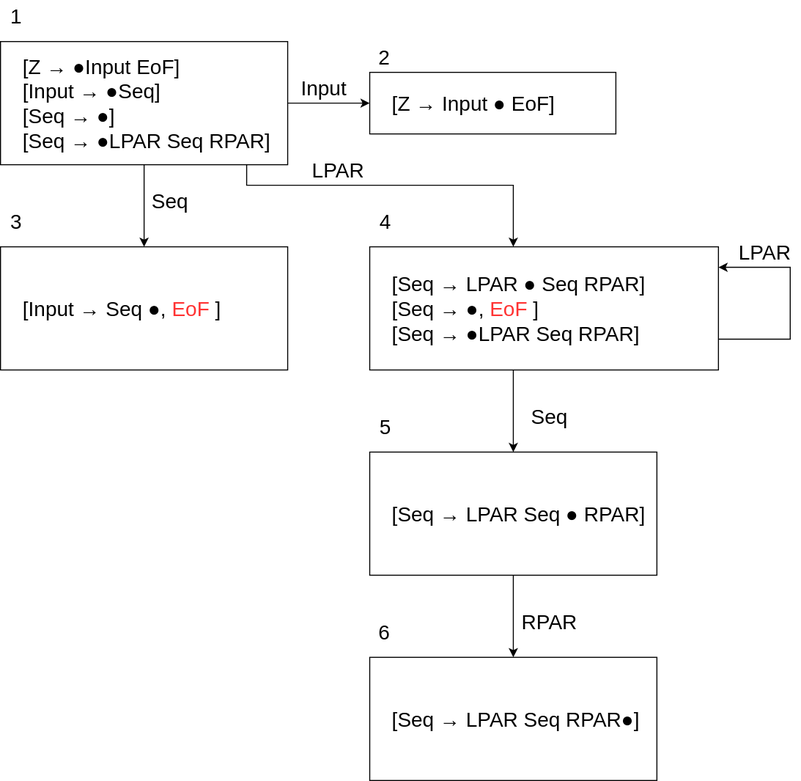
mamemilk/acrc keeps this draw.io diagram as コンパイラ入門_山下/chapt7,8/slr_automaton_5.drawio.svg. Above is the earlier version. Source tidied: cells renumbered, new cells last; positions are measured from the earlier drawing's top-left corner, leaving out a move shared by most shapes. The source it was exported from:
```xml
<mxGraphModel>
  <root>
    <mxCell id="0" />
    <mxCell id="1" parent="0" />
    <mxCell id="2" style="edgeStyle=orthogonalEdgeStyle;rounded=0;jettySize=auto;html=1;fontSize=20;" parent="1" edge="1" source="5" target="7">
      <mxGeometry relative="1" as="geometry" />
    </mxCell>
    <mxCell id="3" style="edgeStyle=orthogonalEdgeStyle;rounded=0;jettySize=auto;html=1;fontSize=20;" parent="1" edge="1" target="10">
      <mxGeometry relative="1" as="geometry">
        <mxPoint x="280" y="100" as="sourcePoint" />
      </mxGeometry>
    </mxCell>
    <mxCell id="4" style="edgeStyle=orthogonalEdgeStyle;rounded=0;jettySize=auto;html=1;" parent="1" edge="1" source="5" target="14">
      <mxGeometry relative="1" as="geometry">
        <Array as="points">
          <mxPoint x="240" y="180" />
          <mxPoint x="500" y="180" />
        </Array>
      </mxGeometry>
    </mxCell>
    <mxCell id="5" value="[Z → ●Input EoF]&lt;br&gt;[Input → ●Seq]&lt;br&gt;[Seq → ●]&lt;br&gt;[Seq → ●LPAR Seq RPAR]" style="rounded=0;whiteSpace=wrap;html=1;fontSize=20;align=left;spacingLeft=20;" parent="1" vertex="1">
      <mxGeometry y="40" width="280" height="120" as="geometry" />
    </mxCell>
    <mxCell id="6" value="1" style="text;html=1;align=center;verticalAlign=middle;fontSize=20;" parent="1" vertex="1">
      <mxGeometry width="30" height="30" as="geometry" />
    </mxCell>
    <mxCell id="7" value="&lt;span&gt;[Input → Seq&lt;/span&gt;●, &lt;font color=&quot;#ff3333&quot;&gt;EoF&lt;/font&gt;&lt;span&gt;]&lt;/span&gt;" style="rounded=0;whiteSpace=wrap;html=1;fontSize=20;align=left;spacingLeft=20;" parent="1" vertex="1">
      <mxGeometry y="240" width="280" height="120" as="geometry" />
    </mxCell>
    <mxCell id="8" value="3" style="text;html=1;align=center;verticalAlign=middle;fontSize=20;" parent="1" vertex="1">
      <mxGeometry y="200" width="30" height="30" as="geometry" />
    </mxCell>
    <mxCell id="9" value="Seq" style="text;html=1;align=center;verticalAlign=middle;fontSize=20;" parent="1" vertex="1">
      <mxGeometry x="140" y="180" width="50" height="30" as="geometry" />
    </mxCell>
    <mxCell id="10" value="[Z → Input ● EoF]" style="rounded=0;whiteSpace=wrap;html=1;fontSize=20;align=left;spacingLeft=20;" parent="1" vertex="1">
      <mxGeometry x="360" y="70" width="240" height="60" as="geometry" />
    </mxCell>
    <mxCell id="11" value="2" style="text;html=1;align=center;verticalAlign=middle;fontSize=20;" parent="1" vertex="1">
      <mxGeometry x="359" y="40" width="30" height="30" as="geometry" />
    </mxCell>
    <mxCell id="12" value="Input" style="text;html=1;align=center;verticalAlign=middle;fontSize=20;" parent="1" vertex="1">
      <mxGeometry x="285" y="70" width="60" height="30" as="geometry" />
    </mxCell>
    <mxCell id="13" style="edgeStyle=orthogonalEdgeStyle;rounded=0;jettySize=auto;html=1;" parent="1" edge="1" source="14" target="20">
      <mxGeometry relative="1" as="geometry">
        <Array as="points">
          <mxPoint x="500" y="380" />
          <mxPoint x="500" y="380" />
        </Array>
      </mxGeometry>
    </mxCell>
    <mxCell id="14" value="[Seq → LPAR ●&amp;nbsp;Seq RPAR]&lt;br&gt;[Seq → ●, &lt;font color=&quot;#ff3333&quot;&gt;EoF&lt;/font&gt;]&lt;br&gt;[Seq → ●LPAR Seq RPAR]" style="rounded=0;whiteSpace=wrap;html=1;fontSize=20;align=left;spacingLeft=20;" parent="1" vertex="1">
      <mxGeometry x="360" y="240" width="340" height="120" as="geometry" />
    </mxCell>
    <mxCell id="15" value="4" style="text;html=1;align=center;verticalAlign=middle;fontSize=20;" parent="1" vertex="1">
      <mxGeometry x="360" y="200" width="30" height="30" as="geometry" />
    </mxCell>
    <mxCell id="16" value="LPAR" style="text;html=1;align=center;verticalAlign=middle;fontSize=20;" parent="1" vertex="1">
      <mxGeometry x="294" y="150" width="70" height="30" as="geometry" />
    </mxCell>
    <mxCell id="17" style="edgeStyle=orthogonalEdgeStyle;rounded=0;orthogonalLoop=1;jettySize=auto;html=1;" parent="1" edge="1">
      <mxGeometry relative="1" as="geometry">
        <mxPoint x="700" y="330" as="sourcePoint" />
        <mxPoint x="700" y="260" as="targetPoint" />
        <Array as="points">
          <mxPoint x="770" y="330" />
          <mxPoint x="770" y="260" />
          <mxPoint x="700" y="260" />
        </Array>
      </mxGeometry>
    </mxCell>
    <mxCell id="18" value="LPAR" style="text;html=1;align=center;verticalAlign=middle;fontSize=20;" parent="1" vertex="1">
      <mxGeometry x="710" y="230" width="70" height="30" as="geometry" />
    </mxCell>
    <mxCell id="19" style="edgeStyle=orthogonalEdgeStyle;rounded=0;jettySize=auto;html=1;" parent="1" edge="1" source="20" target="23">
      <mxGeometry relative="1" as="geometry" />
    </mxCell>
    <mxCell id="20" value="[Seq → LPAR Seq ●&amp;nbsp;RPAR]" style="rounded=0;whiteSpace=wrap;html=1;fontSize=20;align=left;spacingLeft=20;" parent="1" vertex="1">
      <mxGeometry x="360" y="440" width="280" height="120" as="geometry" />
    </mxCell>
    <mxCell id="21" value="5" style="text;html=1;align=center;verticalAlign=middle;fontSize=20;" parent="1" vertex="1">
      <mxGeometry x="360" y="400" width="30" height="30" as="geometry" />
    </mxCell>
    <mxCell id="22" value="Seq" style="text;html=1;align=center;verticalAlign=middle;fontSize=20;" parent="1" vertex="1">
      <mxGeometry x="510" y="390" width="50" height="30" as="geometry" />
    </mxCell>
    <mxCell id="23" value="[Seq → LPAR Seq RPAR●]" style="rounded=0;whiteSpace=wrap;html=1;fontSize=20;align=left;spacingLeft=20;" parent="1" vertex="1">
      <mxGeometry x="360" y="640" width="280" height="120" as="geometry" />
    </mxCell>
    <mxCell id="24" value="6" style="text;html=1;align=center;verticalAlign=middle;fontSize=20;" parent="1" vertex="1">
      <mxGeometry x="359" y="600" width="30" height="30" as="geometry" />
    </mxCell>
    <mxCell id="25" value="RPAR" style="text;html=1;align=center;verticalAlign=middle;fontSize=20;" parent="1" vertex="1">
      <mxGeometry x="500" y="590" width="70" height="30" as="geometry" />
    </mxCell>
  </root>
</mxGraphModel>
```
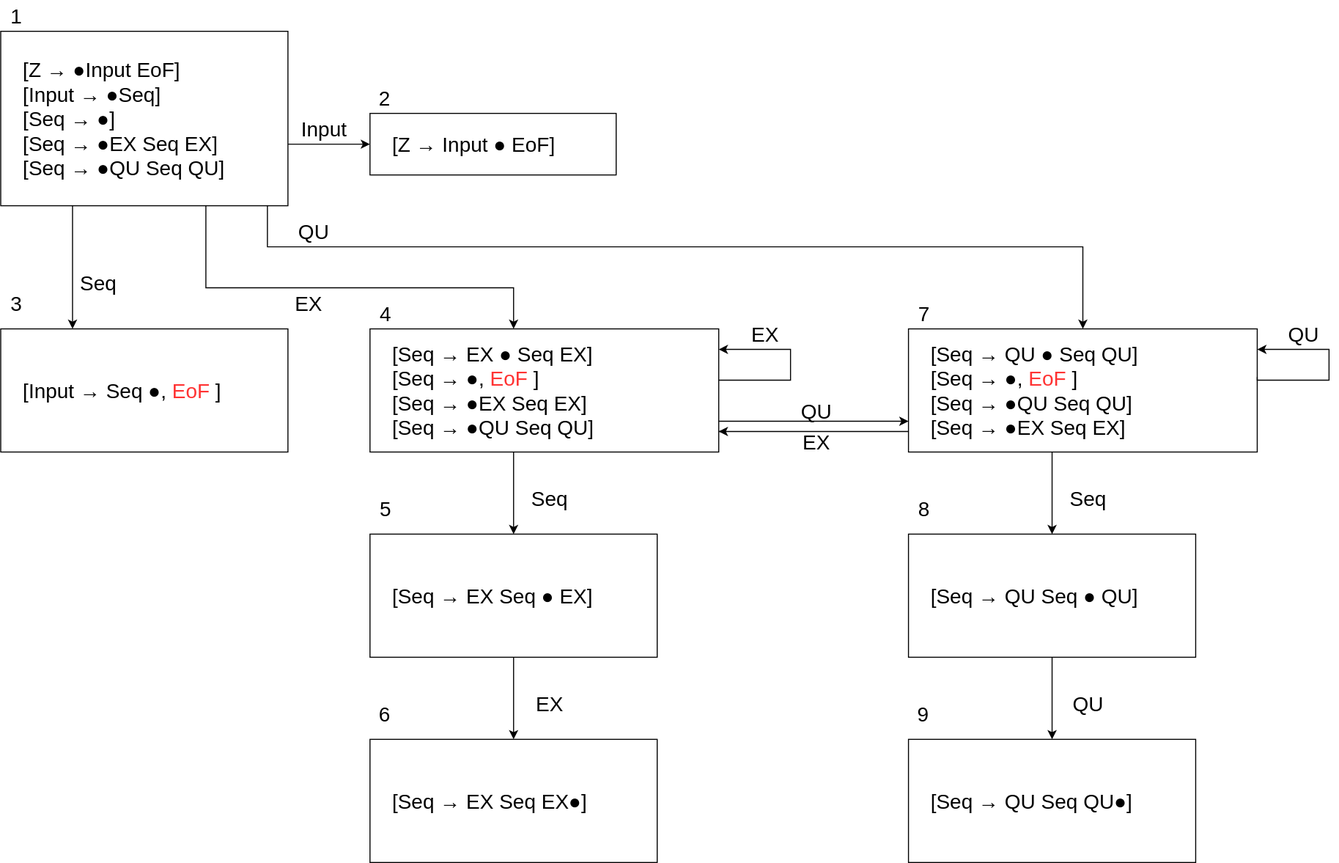
Later version of the same file.

Diff of the diagram source:
```diff
@@ -2,27 +2,27 @@
   <root>
     <mxCell id="0" />
     <mxCell id="1" parent="0" />
-    <mxCell id="2" style="edgeStyle=orthogonalEdgeStyle;rounded=0;jettySize=auto;html=1;fontSize=20;" parent="1" edge="1" source="5" target="7">
+    <mxCell id="2" style="edgeStyle=orthogonalEdgeStyle;rounded=0;jettySize=auto;html=1;fontSize=20;exitX=0.25;exitY=1;exitDx=0;exitDy=0;entryX=0.25;entryY=0;entryDx=0;entryDy=0;" parent="1" edge="1" source="5" target="7">
       <mxGeometry relative="1" as="geometry" />
     </mxCell>
     <mxCell id="3" style="edgeStyle=orthogonalEdgeStyle;rounded=0;jettySize=auto;html=1;fontSize=20;" parent="1" edge="1" target="10">
       <mxGeometry relative="1" as="geometry">
-        <mxPoint x="280" y="100" as="sourcePoint" />
+        <mxPoint x="280" y="60" as="sourcePoint" />
       </mxGeometry>
     </mxCell>
     <mxCell id="4" style="edgeStyle=orthogonalEdgeStyle;rounded=0;jettySize=auto;html=1;" parent="1" edge="1" source="5" target="14">
       <mxGeometry relative="1" as="geometry">
         <Array as="points">
-          <mxPoint x="240" y="180" />
-          <mxPoint x="500" y="180" />
+          <mxPoint x="200" y="200" />
+          <mxPoint x="500" y="200" />
         </Array>
       </mxGeometry>
     </mxCell>
-    <mxCell id="5" value="[Z → ●Input EoF]&lt;br&gt;[Input → ●Seq]&lt;br&gt;[Seq → ●]&lt;br&gt;[Seq → ●LPAR Seq RPAR]" style="rounded=0;whiteSpace=wrap;html=1;fontSize=20;align=left;spacingLeft=20;" parent="1" vertex="1">
-      <mxGeometry y="40" width="280" height="120" as="geometry" />
+    <mxCell id="5" value="[Z → ●Input EoF]&lt;br&gt;[Input → ●Seq]&lt;br&gt;[Seq → ●]&lt;br&gt;[Seq → ●EX Seq EX]&lt;br&gt;[Seq&amp;nbsp;→&amp;nbsp;●QU Seq QU]" style="rounded=0;whiteSpace=wrap;html=1;fontSize=20;align=left;spacingLeft=20;" parent="1" vertex="1">
+      <mxGeometry y="-50" width="280" height="170" as="geometry" />
     </mxCell>
     <mxCell id="6" value="1" style="text;html=1;align=center;verticalAlign=middle;fontSize=20;" parent="1" vertex="1">
-      <mxGeometry width="30" height="30" as="geometry" />
+      <mxGeometry y="-80" width="30" height="30" as="geometry" />
     </mxCell>
     <mxCell id="7" value="&lt;span&gt;[Input → Seq&lt;/span&gt;●, &lt;font color=&quot;#ff3333&quot;&gt;EoF&lt;/font&gt;&lt;span&gt;]&lt;/span&gt;" style="rounded=0;whiteSpace=wrap;html=1;fontSize=20;align=left;spacingLeft=20;" parent="1" vertex="1">
       <mxGeometry y="240" width="280" height="120" as="geometry" />
@@ -31,16 +31,16 @@
       <mxGeometry y="200" width="30" height="30" as="geometry" />
     </mxCell>
     <mxCell id="9" value="Seq" style="text;html=1;align=center;verticalAlign=middle;fontSize=20;" parent="1" vertex="1">
-      <mxGeometry x="140" y="180" width="50" height="30" as="geometry" />
+      <mxGeometry x="70" y="180" width="50" height="30" as="geometry" />
     </mxCell>
     <mxCell id="10" value="[Z → Input ● EoF]" style="rounded=0;whiteSpace=wrap;html=1;fontSize=20;align=left;spacingLeft=20;" parent="1" vertex="1">
-      <mxGeometry x="360" y="70" width="240" height="60" as="geometry" />
+      <mxGeometry x="360" y="30" width="240" height="60" as="geometry" />
     </mxCell>
     <mxCell id="11" value="2" style="text;html=1;align=center;verticalAlign=middle;fontSize=20;" parent="1" vertex="1">
-      <mxGeometry x="359" y="40" width="30" height="30" as="geometry" />
+      <mxGeometry x="359" width="30" height="30" as="geometry" />
     </mxCell>
     <mxCell id="12" value="Input" style="text;html=1;align=center;verticalAlign=middle;fontSize=20;" parent="1" vertex="1">
-      <mxGeometry x="285" y="70" width="60" height="30" as="geometry" />
+      <mxGeometry x="285" y="30" width="60" height="30" as="geometry" />
     </mxCell>
     <mxCell id="13" style="edgeStyle=orthogonalEdgeStyle;rounded=0;jettySize=auto;html=1;" parent="1" edge="1" source="14" target="20">
       <mxGeometry relative="1" as="geometry">
@@ -50,33 +50,41 @@
         </Array>
       </mxGeometry>
     </mxCell>
+    <mxCell id="26" style="edgeStyle=orthogonalEdgeStyle;rounded=0;jettySize=auto;html=1;entryX=0;entryY=0.75;entryDx=0;entryDy=0;" parent="1" edge="1" source="14" target="30">
+      <mxGeometry relative="1" as="geometry">
+        <Array as="points">
+          <mxPoint x="790" y="330" />
+          <mxPoint x="790" y="330" />
+        </Array>
+      </mxGeometry>
+    </mxCell>
-    <mxCell id="14" value="[Seq → LPAR ●&amp;nbsp;Seq RPAR]&lt;br&gt;[Seq → ●, &lt;font color=&quot;#ff3333&quot;&gt;EoF&lt;/font&gt;]&lt;br&gt;[Seq → ●LPAR Seq RPAR]" style="rounded=0;whiteSpace=wrap;html=1;fontSize=20;align=left;spacingLeft=20;" parent="1" vertex="1">
+    <mxCell id="14" value="[Seq → EX ●&amp;nbsp;Seq EX]&lt;br&gt;[Seq → ●, &lt;font color=&quot;#ff3333&quot;&gt;EoF&lt;/font&gt;]&lt;br&gt;[Seq → ●EX Seq EX]&lt;br&gt;[Seq → ●QU Seq QU]" style="rounded=0;whiteSpace=wrap;html=1;fontSize=20;align=left;spacingLeft=20;" parent="1" vertex="1">
       <mxGeometry x="360" y="240" width="340" height="120" as="geometry" />
     </mxCell>
     <mxCell id="15" value="4" style="text;html=1;align=center;verticalAlign=middle;fontSize=20;" parent="1" vertex="1">
-      <mxGeometry x="360" y="200" width="30" height="30" as="geometry" />
+      <mxGeometry x="360" y="210" width="30" height="30" as="geometry" />
     </mxCell>
-    <mxCell id="16" value="LPAR" style="text;html=1;align=center;verticalAlign=middle;fontSize=20;" parent="1" vertex="1">
-      <mxGeometry x="294" y="150" width="70" height="30" as="geometry" />
+    <mxCell id="16" value="EX" style="text;html=1;align=center;verticalAlign=middle;fontSize=20;" parent="1" vertex="1">
+      <mxGeometry x="280" y="200" width="40" height="30" as="geometry" />
     </mxCell>
     <mxCell id="17" style="edgeStyle=orthogonalEdgeStyle;rounded=0;orthogonalLoop=1;jettySize=auto;html=1;" parent="1" edge="1">
       <mxGeometry relative="1" as="geometry">
-        <mxPoint x="700" y="330" as="sourcePoint" />
+        <mxPoint x="700" y="290" as="sourcePoint" />
         <mxPoint x="700" y="260" as="targetPoint" />
         <Array as="points">
-          <mxPoint x="770" y="330" />
+          <mxPoint x="700" y="290" />
+          <mxPoint x="770" y="290" />
           <mxPoint x="770" y="260" />
-          <mxPoint x="700" y="260" />
         </Array>
       </mxGeometry>
     </mxCell>
-    <mxCell id="18" value="LPAR" style="text;html=1;align=center;verticalAlign=middle;fontSize=20;" parent="1" vertex="1">
-      <mxGeometry x="710" y="230" width="70" height="30" as="geometry" />
+    <mxCell id="18" value="EX" style="text;html=1;align=center;verticalAlign=middle;fontSize=20;" parent="1" vertex="1">
+      <mxGeometry x="725" y="230" width="40" height="30" as="geometry" />
     </mxCell>
     <mxCell id="19" style="edgeStyle=orthogonalEdgeStyle;rounded=0;jettySize=auto;html=1;" parent="1" edge="1" source="20" target="23">
       <mxGeometry relative="1" as="geometry" />
     </mxCell>
-    <mxCell id="20" value="[Seq → LPAR Seq ●&amp;nbsp;RPAR]" style="rounded=0;whiteSpace=wrap;html=1;fontSize=20;align=left;spacingLeft=20;" parent="1" vertex="1">
+    <mxCell id="20" value="[Seq → EX Seq ● EX]" style="rounded=0;whiteSpace=wrap;html=1;fontSize=20;align=left;spacingLeft=20;" parent="1" vertex="1">
       <mxGeometry x="360" y="440" width="280" height="120" as="geometry" />
     </mxCell>
     <mxCell id="21" value="5" style="text;html=1;align=center;verticalAlign=middle;fontSize=20;" parent="1" vertex="1">
@@ -85,14 +93,91 @@
     <mxCell id="22" value="Seq" style="text;html=1;align=center;verticalAlign=middle;fontSize=20;" parent="1" vertex="1">
       <mxGeometry x="510" y="390" width="50" height="30" as="geometry" />
     </mxCell>
-    <mxCell id="23" value="[Seq → LPAR Seq RPAR●]" style="rounded=0;whiteSpace=wrap;html=1;fontSize=20;align=left;spacingLeft=20;" parent="1" vertex="1">
+    <mxCell id="23" value="[Seq → EX Seq EX●]" style="rounded=0;whiteSpace=wrap;html=1;fontSize=20;align=left;spacingLeft=20;" parent="1" vertex="1">
       <mxGeometry x="360" y="640" width="280" height="120" as="geometry" />
     </mxCell>
     <mxCell id="24" value="6" style="text;html=1;align=center;verticalAlign=middle;fontSize=20;" parent="1" vertex="1">
       <mxGeometry x="359" y="600" width="30" height="30" as="geometry" />
     </mxCell>
-    <mxCell id="25" value="RPAR" style="text;html=1;align=center;verticalAlign=middle;fontSize=20;" parent="1" vertex="1">
-      <mxGeometry x="500" y="590" width="70" height="30" as="geometry" />
+    <mxCell id="25" value="EX" style="text;html=1;align=center;verticalAlign=middle;fontSize=20;" parent="1" vertex="1">
+      <mxGeometry x="515" y="590" width="40" height="30" as="geometry" />
     </mxCell>
+    <mxCell id="27" style="edgeStyle=orthogonalEdgeStyle;rounded=0;jettySize=auto;html=1;" parent="1" edge="1" target="30">
+      <mxGeometry relative="1" as="geometry">
+        <mxPoint x="260" y="130" as="sourcePoint" />
+        <Array as="points">
+          <mxPoint x="260" y="120" />
+          <mxPoint x="260" y="160" />
+          <mxPoint x="1025" y="160" />
+        </Array>
+      </mxGeometry>
+    </mxCell>
+    <mxCell id="28" style="edgeStyle=orthogonalEdgeStyle;rounded=0;jettySize=auto;html=1;" parent="1" edge="1" source="30" target="36">
+      <mxGeometry relative="1" as="geometry">
+        <Array as="points">
+          <mxPoint x="1025" y="380" />
+          <mxPoint x="1025" y="380" />
+        </Array>
+      </mxGeometry>
+    </mxCell>
+    <mxCell id="29" style="edgeStyle=orthogonalEdgeStyle;rounded=0;jettySize=auto;html=1;" parent="1" edge="1" source="30">
+      <mxGeometry relative="1" as="geometry">
+        <mxPoint x="700" y="340" as="targetPoint" />
+        <Array as="points">
+          <mxPoint x="700" y="340" />
+        </Array>
+      </mxGeometry>
+    </mxCell>
+    <mxCell id="30" value="[Seq → QU ●&amp;nbsp;Seq QU]&lt;br&gt;[Seq → ●, &lt;font color=&quot;#ff3333&quot;&gt;EoF&lt;/font&gt;]&lt;br&gt;[Seq → ●QU&amp;nbsp;Seq QU]&lt;br&gt;[Seq → ●EX Seq EX]" style="rounded=0;whiteSpace=wrap;html=1;fontSize=20;align=left;spacingLeft=20;" parent="1" vertex="1">
+      <mxGeometry x="885" y="240" width="340" height="120" as="geometry" />
+    </mxCell>
+    <mxCell id="31" value="7" style="text;html=1;align=center;verticalAlign=middle;fontSize=20;" parent="1" vertex="1">
+      <mxGeometry x="885" y="210" width="30" height="30" as="geometry" />
+    </mxCell>
+    <mxCell id="32" value="QU" style="text;html=1;align=center;verticalAlign=middle;fontSize=20;" parent="1" vertex="1">
+      <mxGeometry x="280" y="130" width="50" height="30" as="geometry" />
+    </mxCell>
+    <mxCell id="33" style="edgeStyle=orthogonalEdgeStyle;rounded=0;orthogonalLoop=1;jettySize=auto;html=1;" parent="1" edge="1">
+      <mxGeometry relative="1" as="geometry">
+        <mxPoint x="1225" y="290" as="sourcePoint" />
+        <mxPoint x="1225" y="260" as="targetPoint" />
+        <Array as="points">
+          <mxPoint x="1225" y="287" />
+          <mxPoint x="1225" y="290" />
+          <mxPoint x="1295" y="290" />
+          <mxPoint x="1295" y="260" />
+        </Array>
+      </mxGeometry>
+    </mxCell>
+    <mxCell id="34" value="&lt;span style=&quot;text-align: left&quot;&gt;QU&lt;/span&gt;" style="text;html=1;align=center;verticalAlign=middle;fontSize=20;" parent="1" vertex="1">
+      <mxGeometry x="1245" y="230" width="50" height="30" as="geometry" />
+    </mxCell>
+    <mxCell id="35" style="edgeStyle=orthogonalEdgeStyle;rounded=0;jettySize=auto;html=1;" parent="1" edge="1" source="36" target="39">
+      <mxGeometry relative="1" as="geometry" />
+    </mxCell>
+    <mxCell id="36" value="[Seq → QU Seq ● QU]" style="rounded=0;whiteSpace=wrap;html=1;fontSize=20;align=left;spacingLeft=20;" parent="1" vertex="1">
+      <mxGeometry x="885" y="440" width="280" height="120" as="geometry" />
+    </mxCell>
+    <mxCell id="37" value="8" style="text;html=1;align=center;verticalAlign=middle;fontSize=20;" parent="1" vertex="1">
+      <mxGeometry x="885" y="400" width="30" height="30" as="geometry" />
+    </mxCell>
+    <mxCell id="38" value="Seq" style="text;html=1;align=center;verticalAlign=middle;fontSize=20;" parent="1" vertex="1">
+      <mxGeometry x="1035" y="390" width="50" height="30" as="geometry" />
+    </mxCell>
+    <mxCell id="39" value="[Seq → QU Seq QU●]" style="rounded=0;whiteSpace=wrap;html=1;fontSize=20;align=left;spacingLeft=20;" parent="1" vertex="1">
+      <mxGeometry x="885" y="640" width="280" height="120" as="geometry" />
+    </mxCell>
+    <mxCell id="40" value="9" style="text;html=1;align=center;verticalAlign=middle;fontSize=20;" parent="1" vertex="1">
+      <mxGeometry x="884" y="600" width="30" height="30" as="geometry" />
+    </mxCell>
+    <mxCell id="41" value="QU" style="text;html=1;align=center;verticalAlign=middle;fontSize=20;" parent="1" vertex="1">
+      <mxGeometry x="1035" y="590" width="50" height="30" as="geometry" />
+    </mxCell>
+    <mxCell id="42" value="QU" style="text;html=1;align=center;verticalAlign=middle;fontSize=20;" parent="1" vertex="1">
+      <mxGeometry x="770" y="305" width="50" height="30" as="geometry" />
+    </mxCell>
+    <mxCell id="43" value="EX" style="text;html=1;align=center;verticalAlign=middle;fontSize=20;" parent="1" vertex="1">
+      <mxGeometry x="775" y="335" width="40" height="30" as="geometry" />
+    </mxCell>
   </root>
 </mxGraphModel>
```
